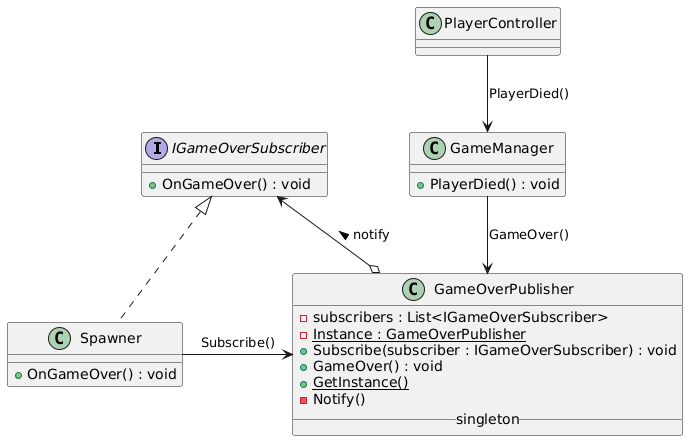
The PlantUML diagram Doc/UML/GameOverDiagram.png in YvanDesPatates/pattern_run, before a commit. Source of this version:
```plantuml
@startuml
interface IGameOverSubscriber {
    +OnGameOver() : void
}

class GameOverPublisher {
    -subscribers : List<IGameOverSubscriber>
    -{static}Instance : GameOverPublisher
    +Subscribe(subscriber : IGameOverSubscriber) : void
    +GameOver() : void
    +{static}GetInstance()
    -Notify()
    __singleton__
}

class Spawner {
    +OnGameOver() : void
}

class PlayerController {
}

class GameManager {
    +PlayerDied() : void
}


GameOverPublisher o--> IGameOverSubscriber : notify >
Spawner .up.|> IGameOverSubscriber
Spawner -right-> GameOverPublisher : Subscribe()

PlayerController --> GameManager : PlayerDied()
GameManager --> GameOverPublisher : GameOver()
@enduml
```
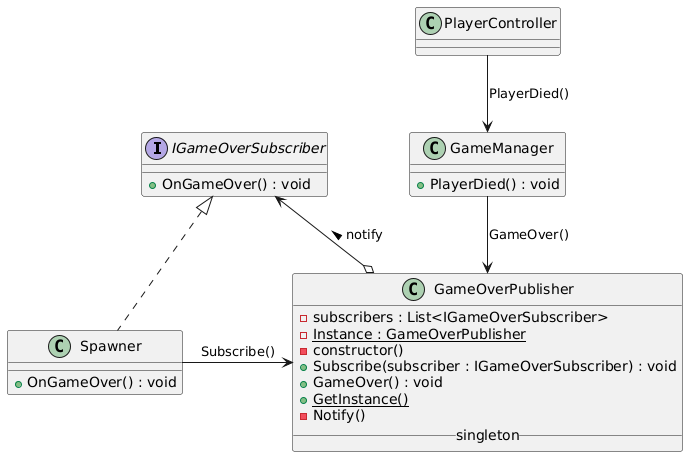
After the change.

Commit message:
feat(gameover): create observer pattern to notify game over event

Diff of the diagram source:
```diff
@@ -6,6 +6,7 @@
 class GameOverPublisher {
     -subscribers : List<IGameOverSubscriber>
     -{static}Instance : GameOverPublisher
+    -constructor()
     +Subscribe(subscriber : IGameOverSubscriber) : void
     +GameOver() : void
     +{static}GetInstance()
```
